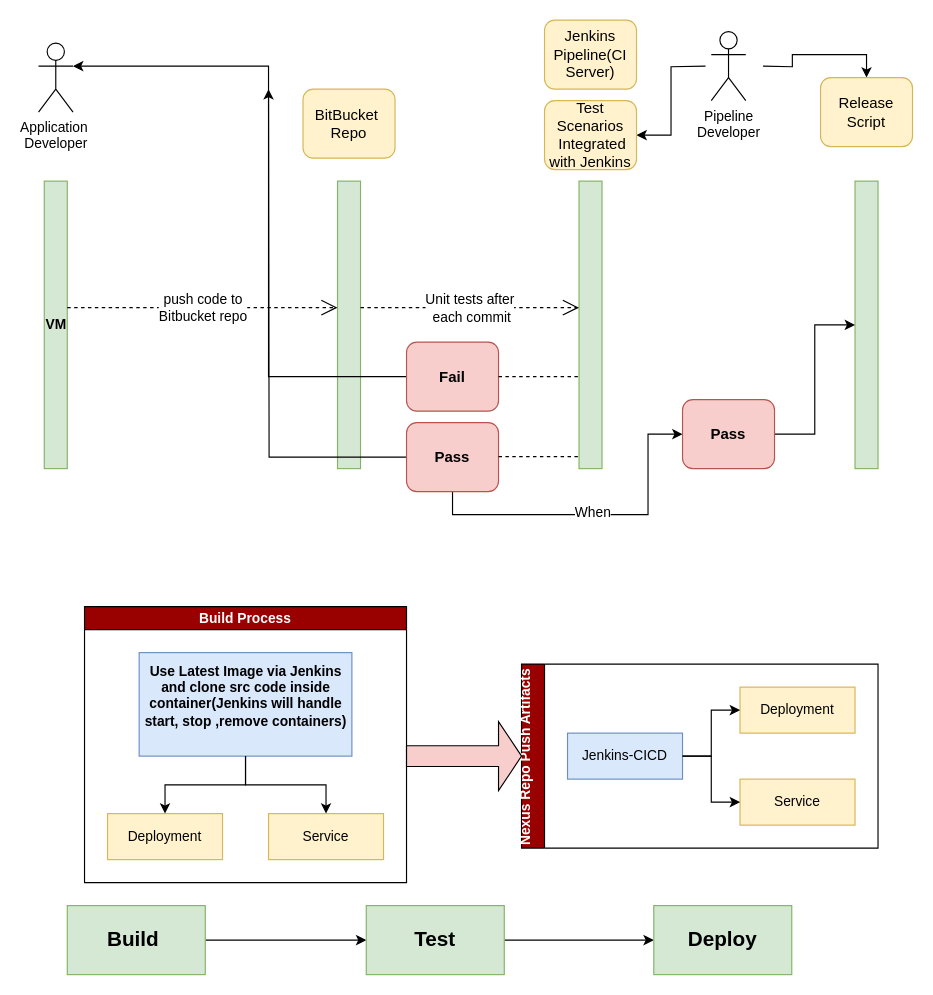
Above: page "Page-3" (3 of 3) of DevOps Approach.drawio in makhan7/Draw-workflows (draw.io), before the change. Source tidied: cells renumbered, new cells numbered last; positions are measured from the earlier drawing's top-left corner, leaving out a move shared by most shapes. Both pictures are drawn from the tidied source at 115%, with x=0, y=0 at pixel (38, 20).
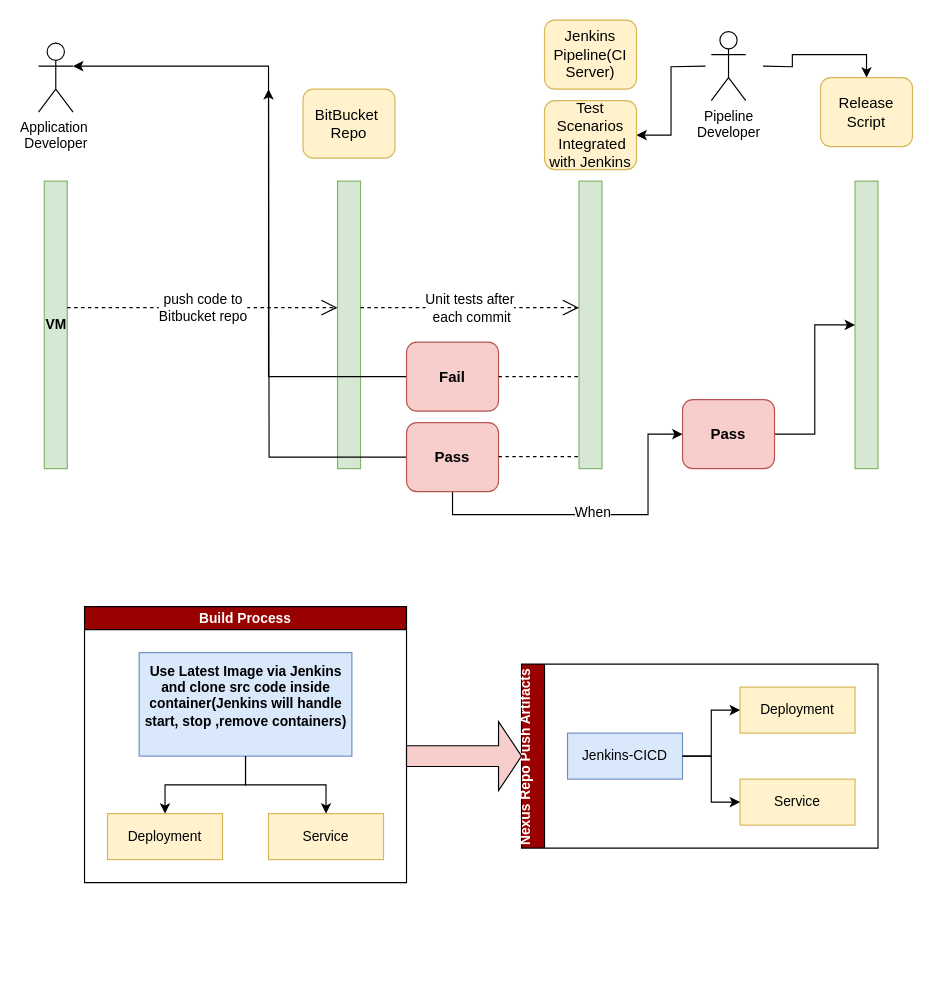
The same diagram, later.

The edit, as a diff of the source:
```diff
@@
-    <mxCell id="10" style="edgeStyle=orthogonalEdgeStyle;rounded=0;jettySize=auto;html=1;exitX=1;exitY=0.5;exitDx=0;exitDy=0;" parent="1" edge="1" source="11" target="13">
-      <mxGeometry relative="1" as="geometry" />
-    </mxCell>
-    <mxCell id="11" value="Build&lt;span style=&quot;white-space: pre; font-size: 18px;&quot;&gt; &lt;/span&gt;" style="rounded=0;whiteSpace=wrap;html=1;fillColor=#d5e8d4;strokeColor=#82b366;fontStyle=1;fontSize=18;" parent="1" vertex="1">
-      <mxGeometry x="25" y="770" width="120" height="60" as="geometry" />
-    </mxCell>
-    <mxCell id="12" style="edgeStyle=orthogonalEdgeStyle;rounded=0;jettySize=auto;html=1;exitX=1;exitY=0.5;exitDx=0;exitDy=0;entryX=0;entryY=0.5;entryDx=0;entryDy=0;" parent="1" edge="1" source="13" target="14">
-      <mxGeometry relative="1" as="geometry" />
-    </mxCell>
-    <mxCell id="13" value="Test" style="rounded=0;whiteSpace=wrap;html=1;fillColor=#d5e8d4;strokeColor=#82b366;fontStyle=1;fontSize=18;" parent="1" vertex="1">
-      <mxGeometry x="285" y="770" width="120" height="60" as="geometry" />
-    </mxCell>
-    <mxCell id="14" value="Deploy" style="rounded=0;whiteSpace=wrap;html=1;fillColor=#d5e8d4;strokeColor=#82b366;fontStyle=1;fontSize=18;" parent="1" vertex="1">
-      <mxGeometry x="535" y="770" width="120" height="60" as="geometry" />
-    </mxCell>
```
